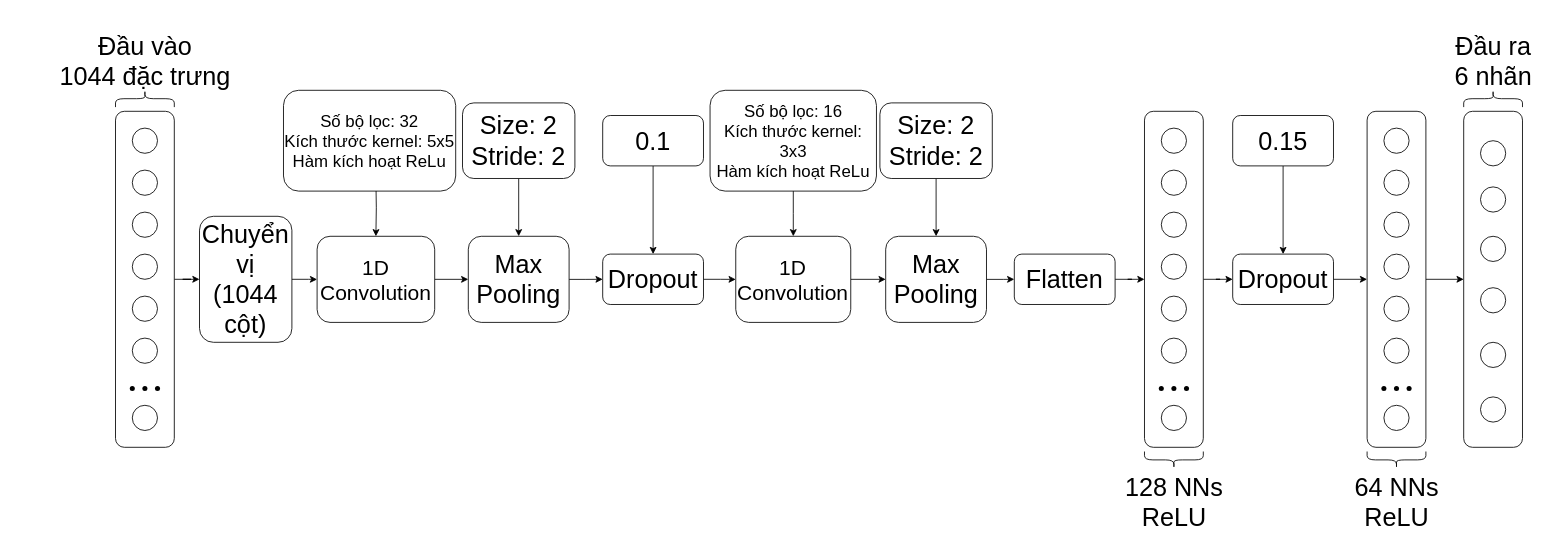
longhoangth/fan-state-classification keeps this draw.io diagram as page "Page-2" (2 of 2) of images/Untitled Diagram.drawio. Above is the earlier version. Source tidied: cells renumbered, new cells numbered last; positions are measured from the earlier drawing's top-left corner, leaving out a move shared by most shapes. Both pictures are drawn from the tidied source at 84%, with x=0, y=0 at pixel (48, 23).
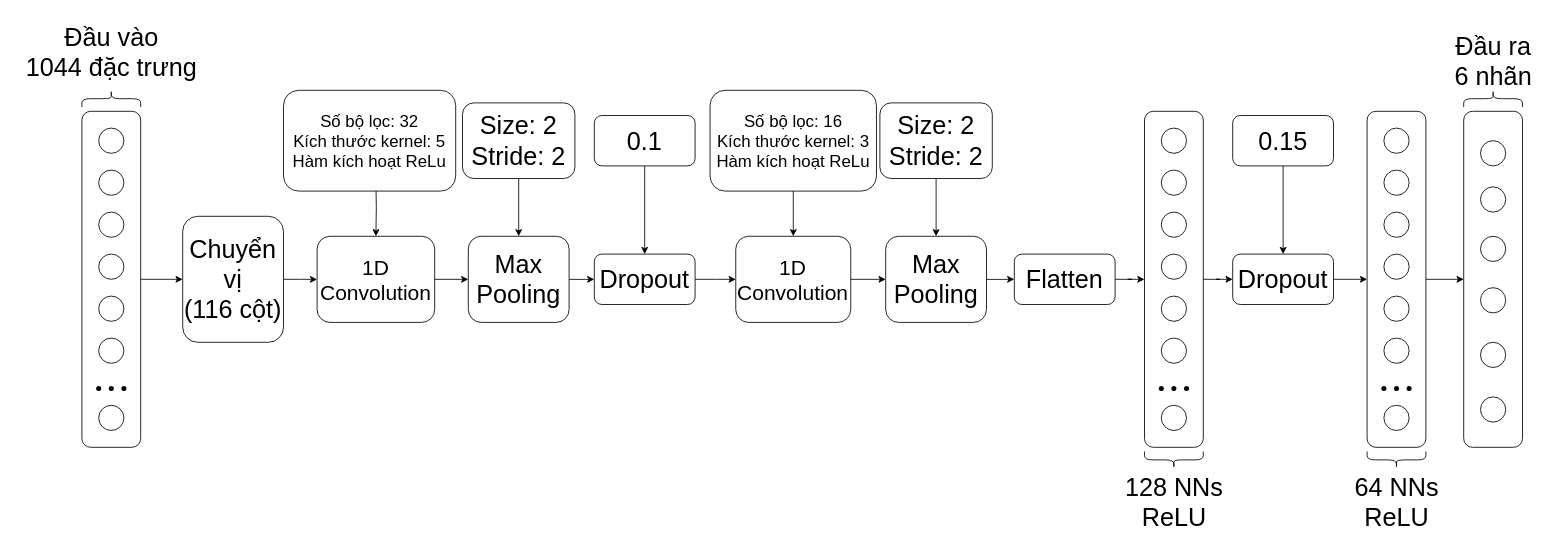
After the change.

The edit, as a diff of the source:
```diff
@@
     <mxCell id="3" style="rounded=1;whiteSpace=wrap;html=1;fontSize=30;" parent="1" vertex="1">
-      <mxGeometry x="80" y="105" width="70" height="400" as="geometry" />
+      <mxGeometry x="40" y="105" width="70" height="400" as="geometry" />
     </mxCell>
     <mxCell id="4" style="shape=curlyBracket;whiteSpace=wrap;html=1;rounded=1;labelPosition=left;verticalLabelPosition=middle;align=right;verticalAlign=middle;rotation=90;fontSize=30;" parent="1" vertex="1">
-      <mxGeometry x="105" y="55" width="20" height="70" as="geometry" />
+      <mxGeometry x="65" y="55" width="20" height="70" as="geometry" />
     </mxCell>
     <mxCell id="5" value="Đầu vào&lt;div style=&quot;font-size: 30px;&quot;&gt;1044 đặc trưng&lt;/div&gt;" style="text;html=1;align=center;verticalAlign=middle;strokeColor=none;fillColor=none;fontSize=30;" parent="1" vertex="1">
-      <mxGeometry width="230" height="90" as="geometry" />
+      <mxGeometry x="-40" y="-10" width="230" height="90" as="geometry" />
     </mxCell>
@@
-    <mxCell id="7" value="&lt;font style=&quot;font-size: 30px;&quot;&gt;Chuyển vị&lt;/font&gt;&lt;div style=&quot;font-size: 30px;&quot;&gt;&lt;font style=&quot;font-size: 30px;&quot;&gt;(1044 cột)&lt;/font&gt;&lt;/div&gt;" style="rounded=1;whiteSpace=wrap;html=1;fontSize=30;" parent="1" vertex="1">
-      <mxGeometry x="180" y="230" width="110" height="150" as="geometry" />
+    <mxCell id="7" value="&lt;font style=&quot;font-size: 30px;&quot;&gt;Chuyển vị&lt;/font&gt;&lt;div style=&quot;font-size: 30px;&quot;&gt;&lt;font style=&quot;font-size: 30px;&quot;&gt;(116 cột)&lt;/font&gt;&lt;/div&gt;" style="rounded=1;whiteSpace=wrap;html=1;fontSize=30;" parent="1" vertex="1">
+      <mxGeometry x="160" y="230" width="120" height="150" as="geometry" />
     </mxCell>
@@
     <mxCell id="16" value="Dropout" style="rounded=1;whiteSpace=wrap;html=1;fontSize=30;" parent="1" vertex="1">
-      <mxGeometry x="660" y="275" width="120" height="60" as="geometry" />
+      <mxGeometry x="650" y="275" width="120" height="60" as="geometry" />
     </mxCell>
@@
     <mxCell id="18" value="0.1" style="rounded=1;whiteSpace=wrap;html=1;fontSize=30;" parent="1" vertex="1">
-      <mxGeometry x="660" y="110" width="120" height="60" as="geometry" />
+      <mxGeometry x="650" y="110" width="120" height="60" as="geometry" />
     </mxCell>
@@
-    <mxCell id="22" value="Số bộ lọc: 16&lt;div style=&quot;font-size: 20px;&quot;&gt;Kích thước kernel: 3x3&lt;/div&gt;&lt;div style=&quot;font-size: 20px;&quot;&gt;Hàm kích hoạt ReLu&lt;/div&gt;" style="rounded=1;whiteSpace=wrap;html=1;fontSize=20;" parent="1" vertex="1">
+    <mxCell id="22" value="Số bộ lọc: 16&lt;div style=&quot;font-size: 20px;&quot;&gt;Kích thước kernel: 3&lt;/div&gt;&lt;div style=&quot;font-size: 20px;&quot;&gt;Hàm kích hoạt ReLu&lt;/div&gt;" style="rounded=1;whiteSpace=wrap;html=1;fontSize=20;" parent="1" vertex="1">
       <mxGeometry x="787.8" y="80" width="198.1" height="120" as="geometry" />
     </mxCell>
@@
     <mxCell id="29" style="group;fontSize=30;" parent="1" vertex="1">
-      <mxGeometry x="90" y="125" width="50" height="360" as="geometry" />
+      <mxGeometry x="50" y="125" width="50" height="360" as="geometry" />
     </mxCell>
@@
-    <mxCell id="83" value="Số bộ lọc: 32&lt;div style=&quot;font-size: 20px;&quot;&gt;Kích thước kernel: 5x5&lt;/div&gt;&lt;div style=&quot;font-size: 20px;&quot;&gt;Hàm kích hoạt ReLu&lt;/div&gt;" style="rounded=1;whiteSpace=wrap;html=1;fontSize=20;" parent="1" vertex="1">
+    <mxCell id="83" value="Số bộ lọc: 32&lt;div style=&quot;font-size: 20px;&quot;&gt;Kích thước kernel: 5&lt;/div&gt;&lt;div style=&quot;font-size: 20px;&quot;&gt;Hàm kích hoạt ReLu&lt;/div&gt;" style="rounded=1;whiteSpace=wrap;html=1;fontSize=20;" parent="1" vertex="1">
       <mxGeometry x="280" y="80" width="205" height="120" as="geometry" />
     </mxCell>
```
